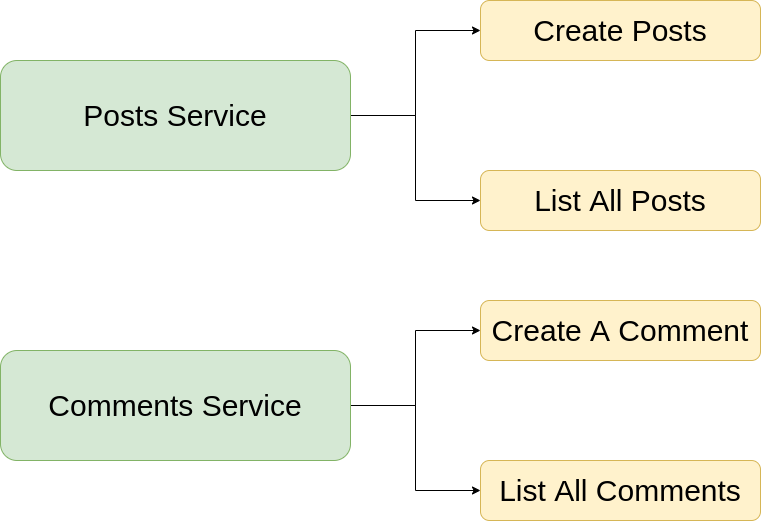
Above: README_imgs/blogProjectdiagram.png in vectorNull/microBlog (draw.io), before the change. Source tidied: cells renumbered, new cells last; positions are measured from the earlier drawing's top-left corner, leaving out a move shared by most shapes. Its diagram source:
```xml
<mxGraphModel>
  <root>
    <mxCell id="0" />
    <mxCell id="1" parent="0" />
    <mxCell id="2" style="edgeStyle=orthogonalEdgeStyle;rounded=0;jettySize=auto;html=1;exitX=1;exitY=0.5;exitDx=0;exitDy=0;" parent="1" edge="1" source="4" target="8">
      <mxGeometry relative="1" as="geometry" />
    </mxCell>
    <mxCell id="3" style="edgeStyle=orthogonalEdgeStyle;rounded=0;jettySize=auto;html=1;exitX=1;exitY=0.5;exitDx=0;exitDy=0;entryX=0;entryY=0.5;entryDx=0;entryDy=0;" parent="1" edge="1" source="4" target="9">
      <mxGeometry relative="1" as="geometry" />
    </mxCell>
    <mxCell id="4" value="&lt;font style=&quot;font-size: 30px&quot;&gt;Posts Service&lt;/font&gt;" style="rounded=1;whiteSpace=wrap;html=1;fillColor=#d5e8d4;strokeColor=#82b366;" parent="1" vertex="1">
      <mxGeometry y="60" width="350" height="110" as="geometry" />
    </mxCell>
    <mxCell id="5" style="edgeStyle=orthogonalEdgeStyle;rounded=0;jettySize=auto;html=1;exitX=1;exitY=0.5;exitDx=0;exitDy=0;entryX=0;entryY=0.5;entryDx=0;entryDy=0;" parent="1" edge="1" source="7" target="10">
      <mxGeometry relative="1" as="geometry" />
    </mxCell>
    <mxCell id="6" style="edgeStyle=orthogonalEdgeStyle;rounded=0;jettySize=auto;html=1;exitX=1;exitY=0.5;exitDx=0;exitDy=0;entryX=0;entryY=0.5;entryDx=0;entryDy=0;" parent="1" edge="1" source="7" target="11">
      <mxGeometry relative="1" as="geometry" />
    </mxCell>
    <mxCell id="7" value="&lt;font style=&quot;font-size: 30px&quot;&gt;Comments Service&lt;/font&gt;" style="rounded=1;whiteSpace=wrap;html=1;fillColor=#d5e8d4;strokeColor=#82b366;" parent="1" vertex="1">
      <mxGeometry y="350" width="350" height="110" as="geometry" />
    </mxCell>
    <mxCell id="8" value="&lt;font style=&quot;font-size: 30px&quot;&gt;Create Posts&lt;/font&gt;" style="rounded=1;whiteSpace=wrap;html=1;fillColor=#fff2cc;strokeColor=#d6b656;" parent="1" vertex="1">
      <mxGeometry x="480" width="280" height="60" as="geometry" />
    </mxCell>
    <mxCell id="9" value="&lt;font style=&quot;font-size: 30px&quot;&gt;List All Posts&lt;/font&gt;" style="rounded=1;whiteSpace=wrap;html=1;fillColor=#fff2cc;strokeColor=#d6b656;" parent="1" vertex="1">
      <mxGeometry x="480" y="170" width="280" height="60" as="geometry" />
    </mxCell>
    <mxCell id="10" value="&lt;font style=&quot;font-size: 30px&quot;&gt;Create A Comment&lt;/font&gt;" style="rounded=1;whiteSpace=wrap;html=1;fillColor=#fff2cc;strokeColor=#d6b656;" parent="1" vertex="1">
      <mxGeometry x="480" y="300" width="280" height="60" as="geometry" />
    </mxCell>
    <mxCell id="11" value="&lt;font style=&quot;font-size: 30px&quot;&gt;List All Comments&lt;/font&gt;" style="rounded=1;whiteSpace=wrap;html=1;fillColor=#fff2cc;strokeColor=#d6b656;" parent="1" vertex="1">
      <mxGeometry x="480" y="460" width="280" height="60" as="geometry" />
    </mxCell>
  </root>
</mxGraphModel>
```
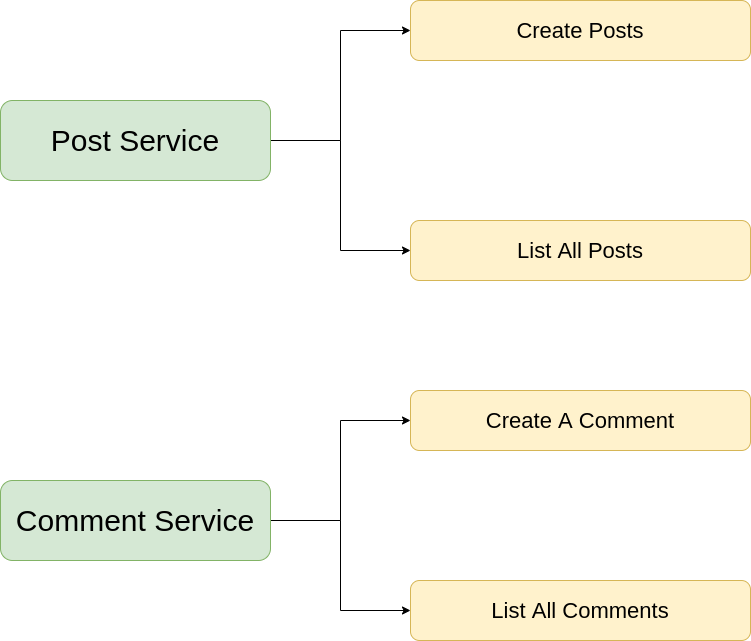
After the change.

Change to the diagram source:
```diff
@@ -2,35 +2,35 @@
   <root>
     <mxCell id="0" />
     <mxCell id="1" parent="0" />
-    <mxCell id="2" style="edgeStyle=orthogonalEdgeStyle;rounded=0;jettySize=auto;html=1;exitX=1;exitY=0.5;exitDx=0;exitDy=0;" parent="1" edge="1" source="4" target="8">
+    <mxCell id="2" style="edgeStyle=orthogonalEdgeStyle;rounded=0;jettySize=auto;html=1;entryX=0;entryY=0.5;entryDx=0;entryDy=0;" parent="1" edge="1" source="4" target="8">
       <mxGeometry relative="1" as="geometry" />
     </mxCell>
-    <mxCell id="3" style="edgeStyle=orthogonalEdgeStyle;rounded=0;jettySize=auto;html=1;exitX=1;exitY=0.5;exitDx=0;exitDy=0;entryX=0;entryY=0.5;entryDx=0;entryDy=0;" parent="1" edge="1" source="4" target="9">
+    <mxCell id="3" style="edgeStyle=orthogonalEdgeStyle;rounded=0;jettySize=auto;html=1;entryX=0;entryY=0.5;entryDx=0;entryDy=0;" parent="1" edge="1" source="4" target="9">
       <mxGeometry relative="1" as="geometry" />
     </mxCell>
-    <mxCell id="4" value="&lt;font style=&quot;font-size: 30px&quot;&gt;Posts Service&lt;/font&gt;" style="rounded=1;whiteSpace=wrap;html=1;fillColor=#d5e8d4;strokeColor=#82b366;" parent="1" vertex="1">
-      <mxGeometry y="60" width="350" height="110" as="geometry" />
+    <mxCell id="4" value="&lt;span style=&quot;font-size: 30px&quot;&gt;Post Service&lt;/span&gt;" style="rounded=1;whiteSpace=wrap;html=1;fillColor=#d5e8d4;strokeColor=#82b366;" parent="1" vertex="1">
+      <mxGeometry x="-70" y="70" width="270" height="80" as="geometry" />
     </mxCell>
-    <mxCell id="5" style="edgeStyle=orthogonalEdgeStyle;rounded=0;jettySize=auto;html=1;exitX=1;exitY=0.5;exitDx=0;exitDy=0;entryX=0;entryY=0.5;entryDx=0;entryDy=0;" parent="1" edge="1" source="7" target="10">
-      <mxGeometry relative="1" as="geometry" />
-    </mxCell>
-    <mxCell id="6" style="edgeStyle=orthogonalEdgeStyle;rounded=0;jettySize=auto;html=1;exitX=1;exitY=0.5;exitDx=0;exitDy=0;entryX=0;entryY=0.5;entryDx=0;entryDy=0;" parent="1" edge="1" source="7" target="11">
-      <mxGeometry relative="1" as="geometry" />
-    </mxCell>
-    <mxCell id="7" value="&lt;font style=&quot;font-size: 30px&quot;&gt;Comments Service&lt;/font&gt;" style="rounded=1;whiteSpace=wrap;html=1;fillColor=#d5e8d4;strokeColor=#82b366;" parent="1" vertex="1">
-      <mxGeometry y="350" width="350" height="110" as="geometry" />
-    </mxCell>
-    <mxCell id="8" value="&lt;font style=&quot;font-size: 30px&quot;&gt;Create Posts&lt;/font&gt;" style="rounded=1;whiteSpace=wrap;html=1;fillColor=#fff2cc;strokeColor=#d6b656;" parent="1" vertex="1">
-      <mxGeometry x="480" width="280" height="60" as="geometry" />
+    <mxCell id="8" value="&lt;font style=&quot;font-size: 22px&quot;&gt;Create Posts&lt;/font&gt;" style="rounded=1;whiteSpace=wrap;html=1;fillColor=#fff2cc;strokeColor=#d6b656;" parent="1" vertex="1">
+      <mxGeometry x="340" y="-30" width="340" height="60" as="geometry" />
     </mxCell>
+    <mxCell id="12" style="edgeStyle=orthogonalEdgeStyle;rounded=0;jettySize=auto;html=1;entryX=0;entryY=0.5;entryDx=0;entryDy=0;" parent="1" edge="1" source="14" target="10">
+      <mxGeometry relative="1" as="geometry" />
+    </mxCell>
+    <mxCell id="13" style="edgeStyle=orthogonalEdgeStyle;rounded=0;jettySize=auto;html=1;entryX=0;entryY=0.5;entryDx=0;entryDy=0;" parent="1" edge="1" source="14" target="11">
+      <mxGeometry relative="1" as="geometry" />
+    </mxCell>
+    <mxCell id="14" value="&lt;font style=&quot;font-size: 30px&quot;&gt;Comment Service&lt;/font&gt;" style="rounded=1;whiteSpace=wrap;html=1;fillColor=#d5e8d4;strokeColor=#82b366;" parent="1" vertex="1">
+      <mxGeometry x="-70" y="450" width="270" height="80" as="geometry" />
+    </mxCell>
-    <mxCell id="9" value="&lt;font style=&quot;font-size: 30px&quot;&gt;List All Posts&lt;/font&gt;" style="rounded=1;whiteSpace=wrap;html=1;fillColor=#fff2cc;strokeColor=#d6b656;" parent="1" vertex="1">
-      <mxGeometry x="480" y="170" width="280" height="60" as="geometry" />
+    <mxCell id="9" value="&lt;font style=&quot;font-size: 22px&quot;&gt;List All Posts&lt;/font&gt;" style="rounded=1;whiteSpace=wrap;html=1;fillColor=#fff2cc;strokeColor=#d6b656;" parent="1" vertex="1">
+      <mxGeometry x="340" y="190" width="340" height="60" as="geometry" />
     </mxCell>
+    <mxCell id="11" value="&lt;font style=&quot;font-size: 22px&quot;&gt;List All Comments&lt;/font&gt;" style="rounded=1;whiteSpace=wrap;html=1;fillColor=#fff2cc;strokeColor=#d6b656;" parent="1" vertex="1">
+      <mxGeometry x="340" y="550" width="340" height="60" as="geometry" />
+    </mxCell>
-    <mxCell id="10" value="&lt;font style=&quot;font-size: 30px&quot;&gt;Create A Comment&lt;/font&gt;" style="rounded=1;whiteSpace=wrap;html=1;fillColor=#fff2cc;strokeColor=#d6b656;" parent="1" vertex="1">
-      <mxGeometry x="480" y="300" width="280" height="60" as="geometry" />
+    <mxCell id="10" value="&lt;font style=&quot;font-size: 22px&quot;&gt;Create A Comment&lt;/font&gt;" style="rounded=1;whiteSpace=wrap;html=1;fillColor=#fff2cc;strokeColor=#d6b656;" parent="1" vertex="1">
+      <mxGeometry x="340" y="360" width="340" height="60" as="geometry" />
     </mxCell>
-    <mxCell id="11" value="&lt;font style=&quot;font-size: 30px&quot;&gt;List All Comments&lt;/font&gt;" style="rounded=1;whiteSpace=wrap;html=1;fillColor=#fff2cc;strokeColor=#d6b656;" parent="1" vertex="1">
-      <mxGeometry x="480" y="460" width="280" height="60" as="geometry" />
-    </mxCell>
   </root>
 </mxGraphModel>
```
